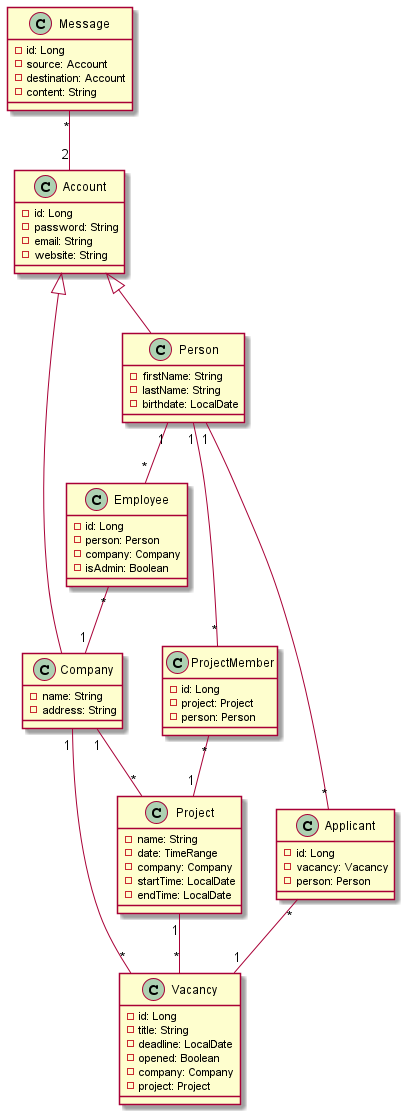
Above: cld/cld.png in DirectorsView/documentation (PlantUML), before the change.
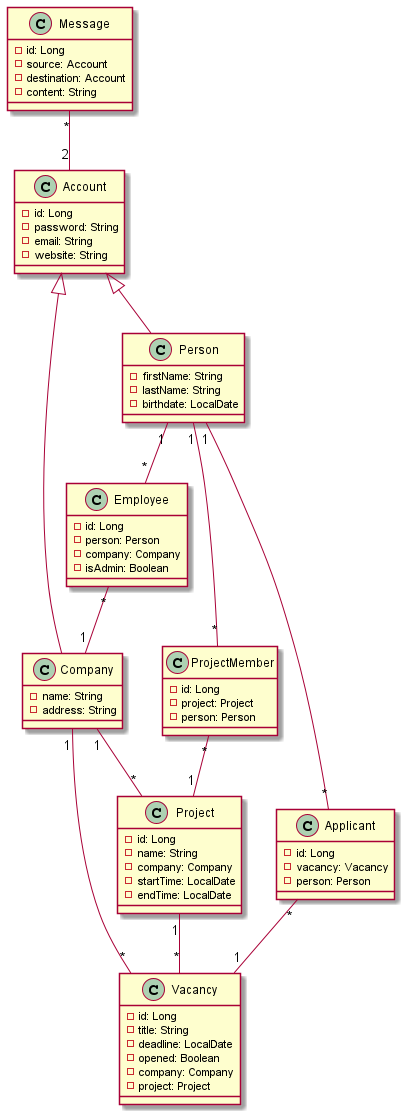
Later version of the same file.

Commit message:
update rendered cld

Diff of the diagram source:
```diff
@@ -13,8 +13,8 @@
 }
 
 class Project {
+- id: Long
 - name: String
-- date: TimeRange
 - company: Company
 - startTime: LocalDate
 - endTime: LocalDate
```
